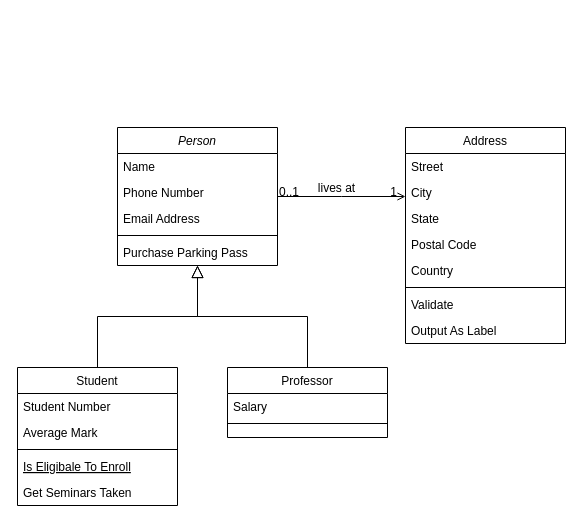
This is E1ClassDiagrqm.drawio from yunee01/W2, a draw.io file, before an edit. Source tidied: cells renumbered, new cells numbered last; positions are measured from the earlier drawing's top-left corner, leaving out a move shared by most shapes. Both pictures are drawn from the tidied source at 100%, with x=0, y=0 at pixel (17, 127).
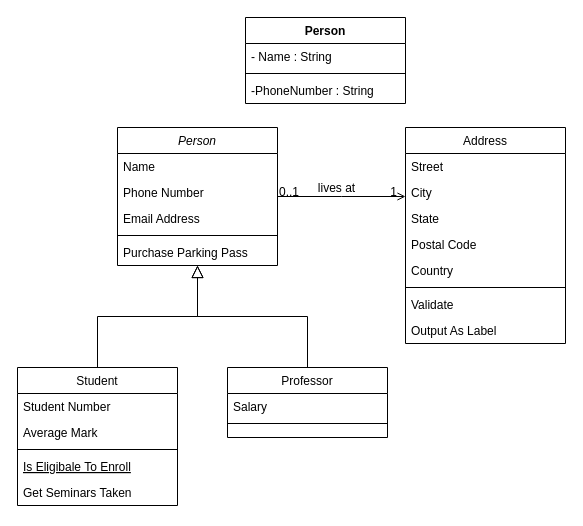
The same diagram, later.

Diff of the diagram source:
```diff
@@
+    <mxCell id="32" value="Person" style="swimlane;fontStyle=1;align=center;verticalAlign=top;horizontal=1;startSize=26;" parent="1" vertex="1">
+      <mxGeometry x="228" y="-110" width="160" height="86" as="geometry" />
+    </mxCell>
+    <mxCell id="33" value="- Name : String" style="text;strokeColor=none;fillColor=none;align=left;verticalAlign=top;spacingLeft=4;spacingRight=4;overflow=hidden;" parent="32" vertex="1">
+      <mxGeometry y="26" width="160" height="26" as="geometry" />
+    </mxCell>
+    <mxCell id="34" style="line;strokeWidth=1;fillColor=none;align=left;verticalAlign=middle;spacingTop=-1;spacingLeft=3;spacingRight=3;labelPosition=right;" parent="32" vertex="1">
+      <mxGeometry y="52" width="160" height="8" as="geometry" />
+    </mxCell>
+    <mxCell id="35" value="-PhoneNumber : String" style="text;strokeColor=none;fillColor=none;align=left;verticalAlign=top;spacingLeft=4;spacingRight=4;overflow=hidden;" parent="32" vertex="1">
+      <mxGeometry y="60" width="160" height="26" as="geometry" />
+    </mxCell>
```
